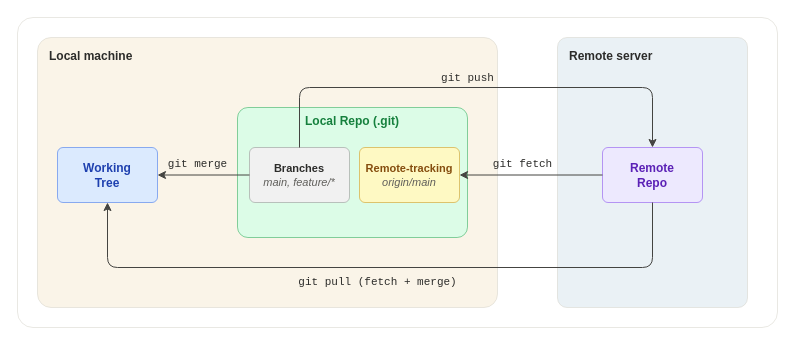
braboj/tutorial-git keeps this draw.io diagram as assets/drawio/git-remote-flow.drawio. Above is the earlier version. Source tidied: cells renumbered, new cells numbered last; positions are measured from the earlier drawing's top-left corner, leaving out a move shared by most shapes. Both pictures are drawn from the tidied source at 100%, with x=0, y=0 at pixel (17, 17).
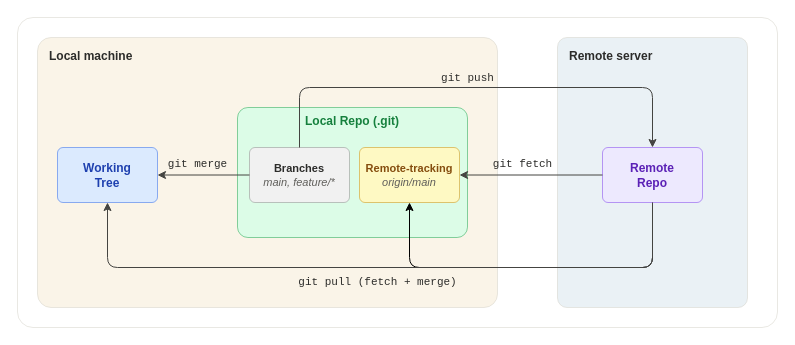
Above is the later version.

Commit message (it also covers changes not shown here):
fix: restore colors and polish all remote chapter diagrams

The change refers to these unchanged cells:
```xml
<mxCell id="10" value="Remote-tracking&lt;br&gt;&lt;i style=&quot;font-weight:normal;color:#5F5E5A&quot;&gt;origin/main&lt;/i&gt;" style="rounded=1;whiteSpace=wrap;html=1;fillColor=#FEF9C3;strokeColor=#CA8A04;strokeWidth=0.5;shadow=0;fontSize=11;fontStyle=1;fontColor=#854D0E;fontFamily=Helvetica;verticalAlign=middle;align=center;arcSize=10;" parent="1" vertex="1">
  <mxGeometry x="342" y="130" width="100" height="55" as="geometry" />
</mxCell>
<mxCell id="11" value="Remote&lt;br&gt;Repo" style="rounded=1;whiteSpace=wrap;html=1;fillColor=#EDE9FE;strokeColor=#7C3AED;strokeWidth=0.5;shadow=0;fontSize=12;fontStyle=1;fontColor=#5B21B6;fontFamily=Helvetica;verticalAlign=middle;align=center;arcSize=10;" parent="1" vertex="1">
  <mxGeometry x="585" y="130" width="100" height="55" as="geometry" />
</mxCell>
```

Diff of the diagram source:
```diff
@@
+    <mxCell id="20" style="edgeStyle=orthogonalEdgeStyle;rounded=1;jettySize=auto;html=1;entryX=0.5;entryY=1;entryDx=0;entryDy=0;exitX=0.5;exitY=1;exitDx=0;exitDy=0;curved=0;" parent="1" edge="1" source="11" target="10">
+      <mxGeometry relative="1" as="geometry">
+        <Array as="points">
+          <mxPoint x="635" y="250" />
+          <mxPoint x="392" y="250" />
+        </Array>
+      </mxGeometry>
+    </mxCell>
```
